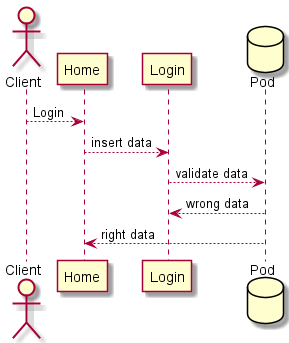
Before: images/Sequence diagram-Login.png, a diagram exported from PlantUML (Arquisoft/dede_es3b). Source of this version:
```plantuml
@startuml
actor Client
participant "Home"
participant "Login"
database Pod
Client --> "Home": Login
"Home" --> "Login": insert data
"Login" --> Pod : validate data
Pod --> "Login": wrong data
Pod --> "Home": right data
@enduml
```
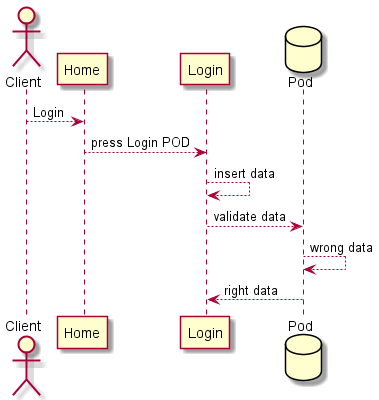
The same diagram one commit later.

Diff of the diagram source:
```diff
@@ -4,8 +4,9 @@
 participant "Login"
 database Pod
 Client --> "Home": Login
-"Home" --> "Login": insert data
+"Home" --> "Login": press Login POD
+"Login" --> "Login": insert data
 "Login" --> Pod : validate data
-Pod --> "Login": wrong data
-Pod --> "Home": right data
+Pod --> "Pod": wrong data
+Pod --> "Login": right data
 @enduml
```
